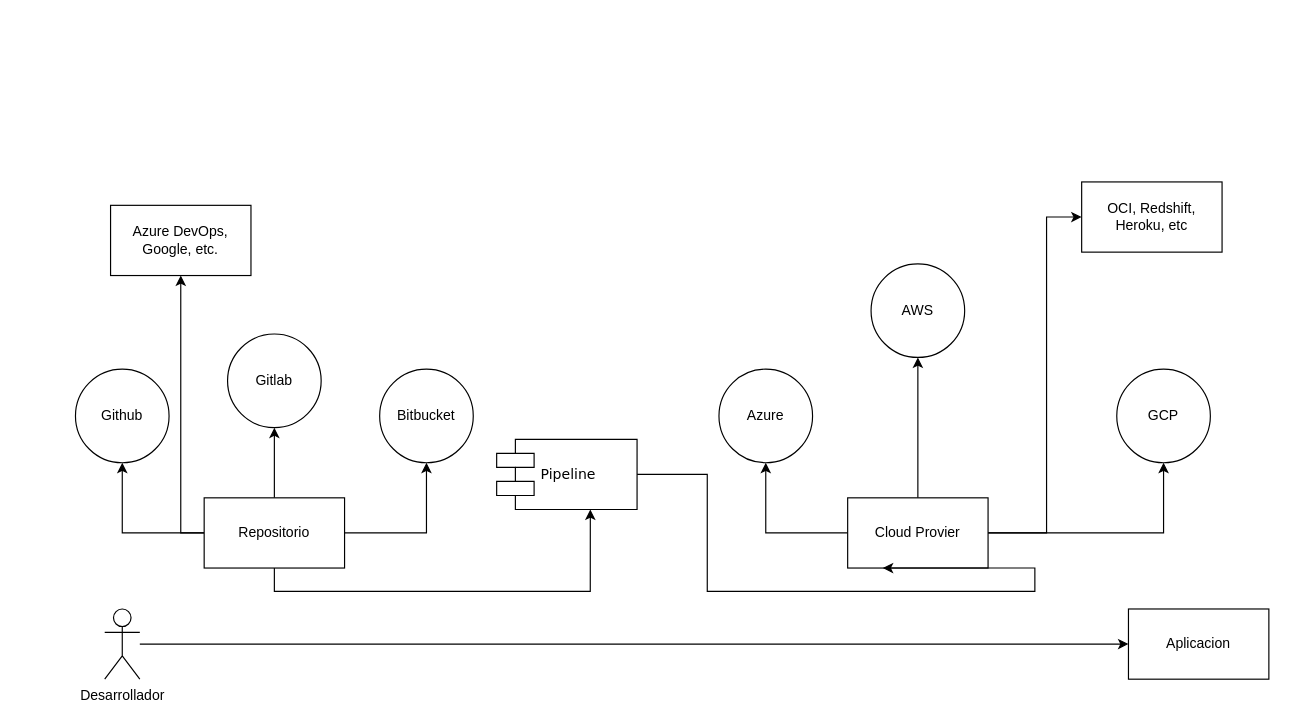
This is Untitled Diagram.drawio from jramirez0982/aula_abierta, a draw.io file, before an edit. Source tidied: cells renumbered, new cells numbered last; positions are measured from the earlier drawing's top-left corner, leaving out a move shared by most shapes. Both pictures are drawn from the tidied source at 117%, with x=0, y=0 at pixel (75, 181).
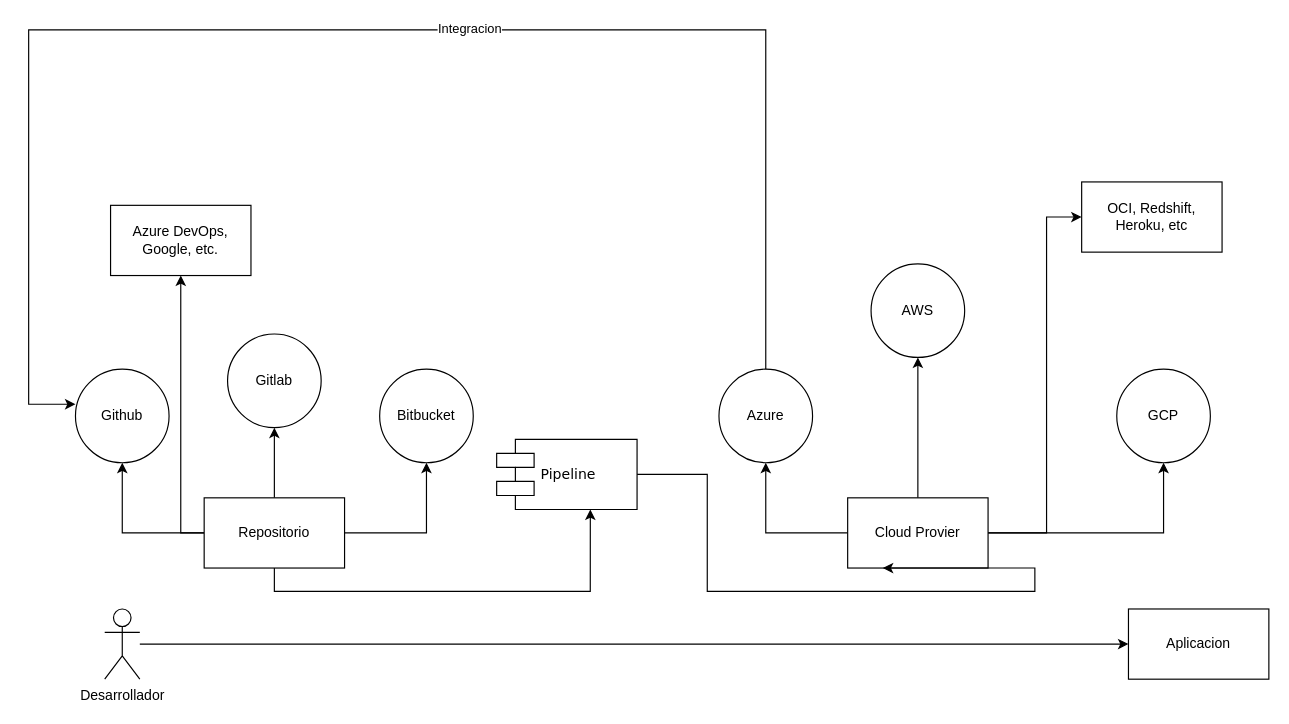
After the change.

Unchanged cells that the change refers to:
```xml
<mxCell id="18" value="Azure" style="ellipse;whiteSpace=wrap;html=1;" parent="1" vertex="1">
  <mxGeometry x="550" y="160" width="80" height="80" as="geometry" />
</mxCell>
```

Diff of the diagram source:
```diff
@@
+    <mxCell id="26" style="edgeStyle=orthogonalEdgeStyle;rounded=0;jettySize=auto;html=1;" parent="1" edge="1" source="18">
+      <mxGeometry relative="1" as="geometry">
+        <mxPoint y="190" as="targetPoint" />
+        <Array as="points">
+          <mxPoint x="590" y="-130" />
+          <mxPoint x="-40" y="-130" />
+          <mxPoint x="-40" y="190" />
+          <mxPoint y="190" />
+        </Array>
+      </mxGeometry>
+    </mxCell>
+    <mxCell id="27" value="Integracion" style="edgeLabel;html=1;align=center;verticalAlign=middle;" parent="26" vertex="1">
+      <mxGeometry x="-0.15" y="-2" relative="1" as="geometry" />
+    </mxCell>
```
